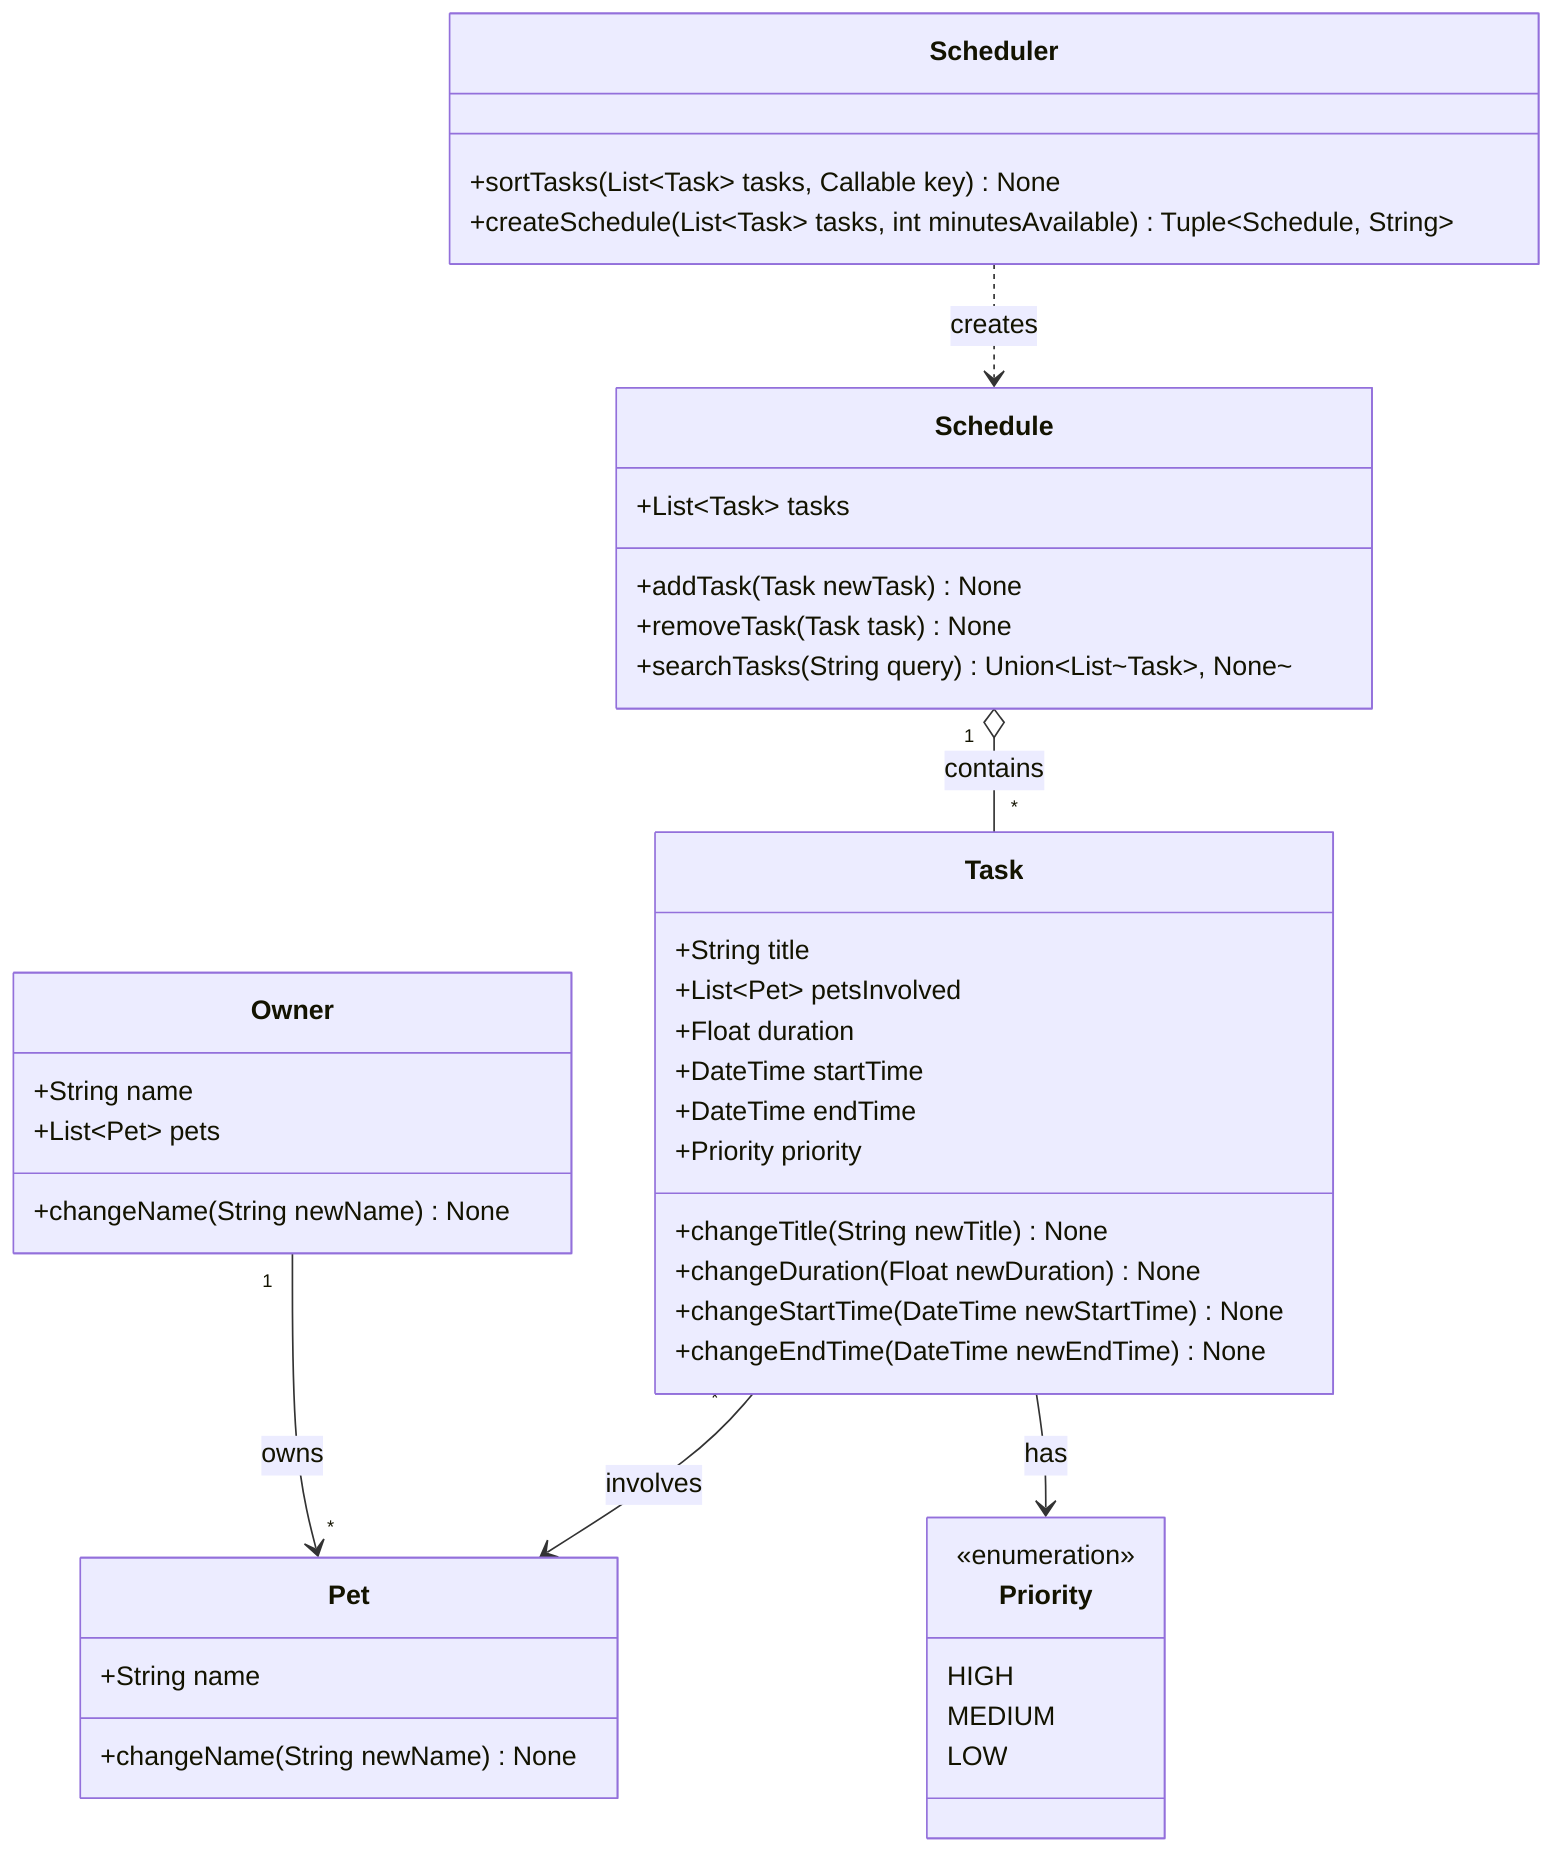
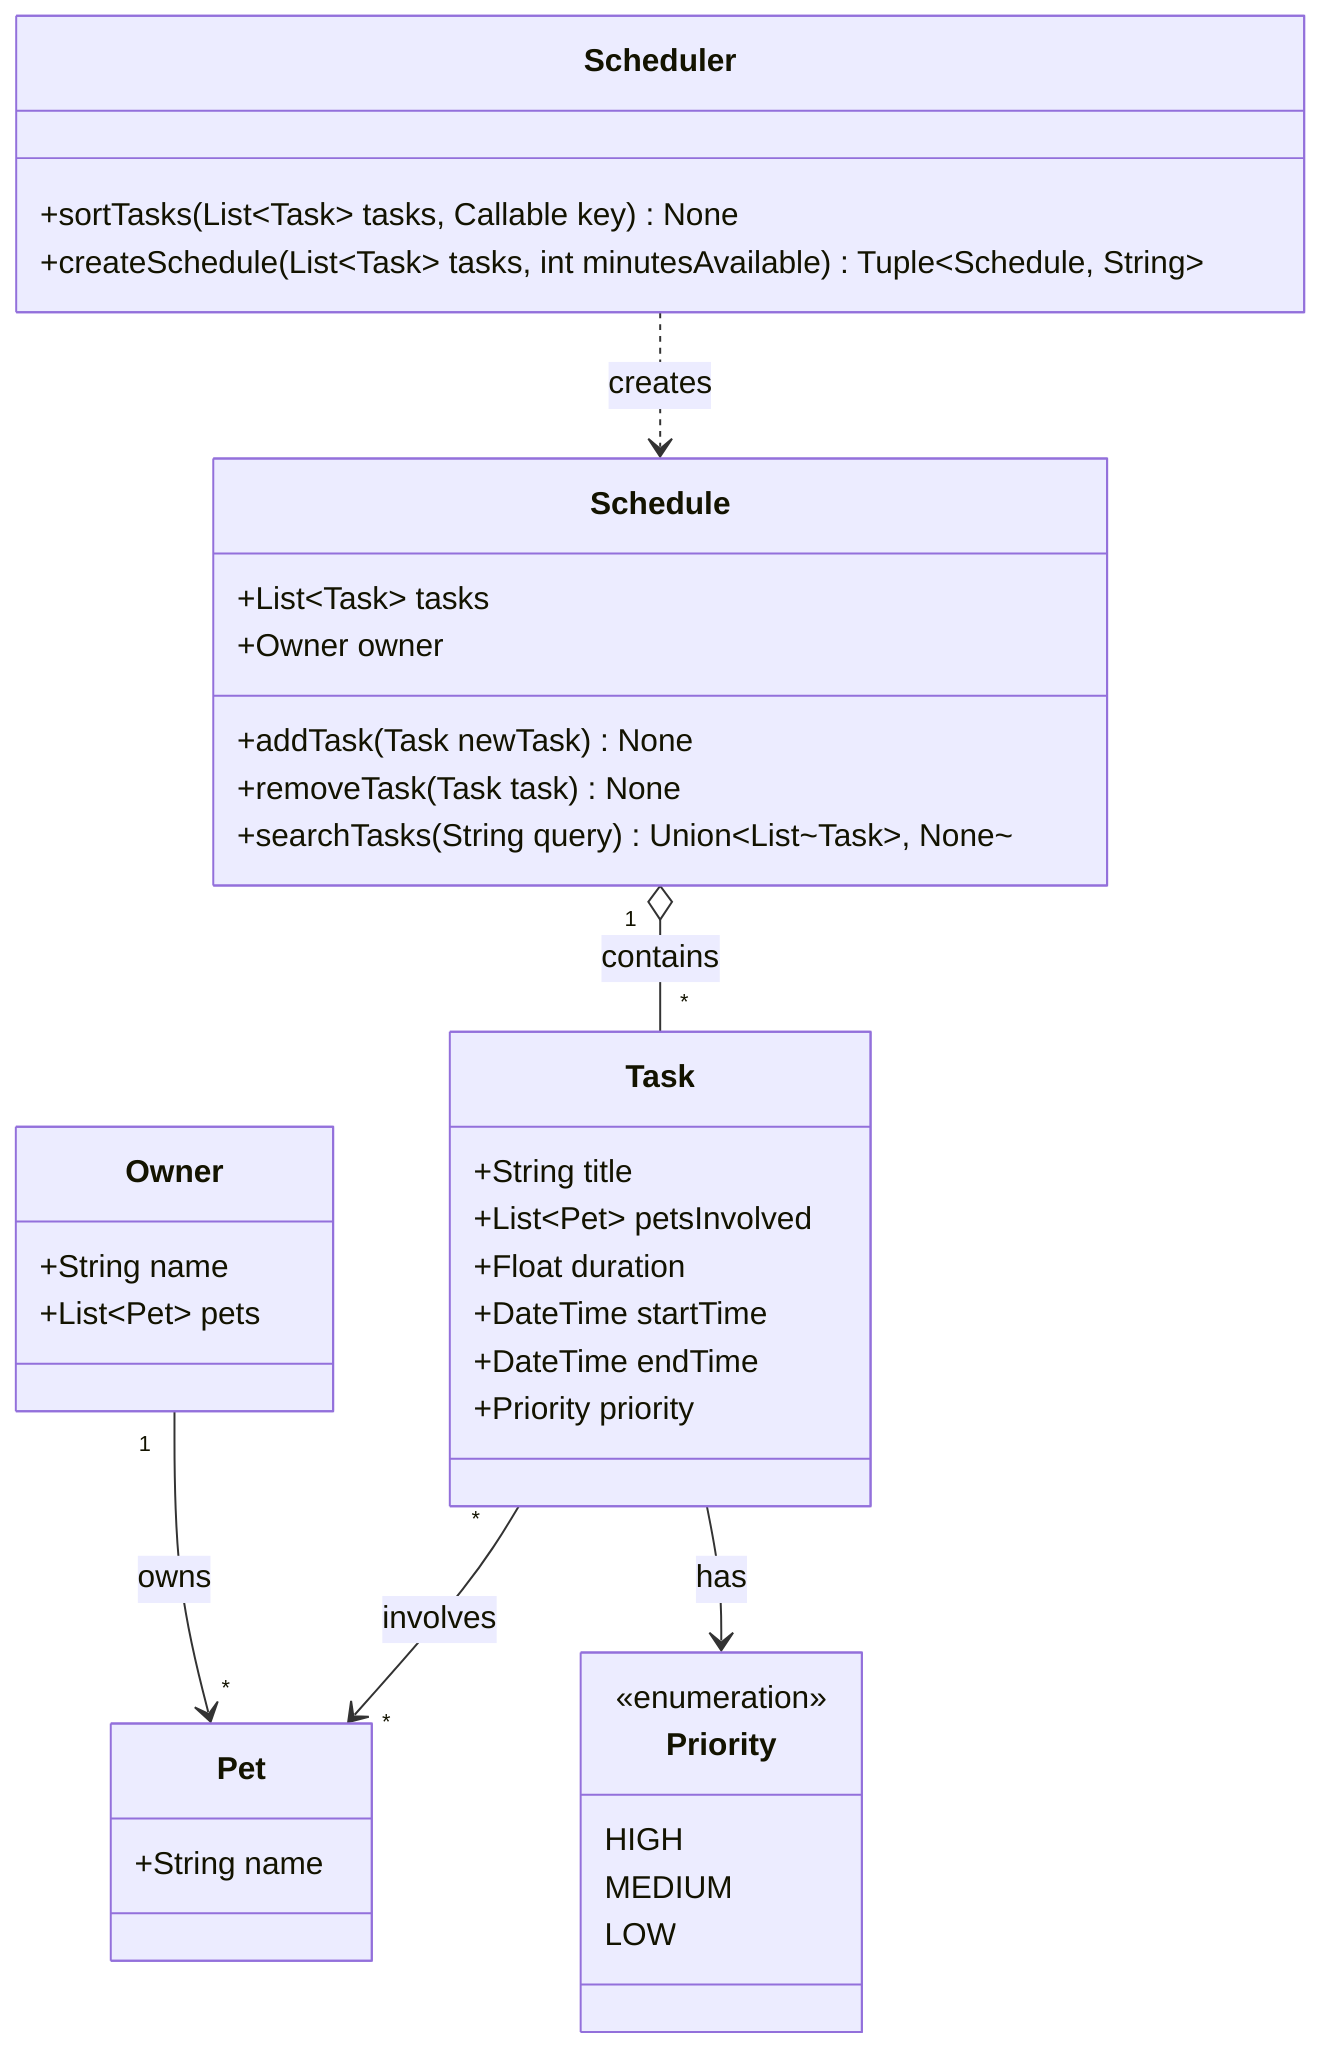
classDiagram
    %% PawPal+ class diagram — pet care task scheduling

    class Pet {
        +String name
- 
-         +changeName(String newName) None
    }

    class Owner {
        +String name
        +List~Pet~ pets
- 
-         +changeName(String newName) None
    }

    class Task {
        +String title
        +List~Pet~ petsInvolved
        +Float duration
        +DateTime startTime
        +DateTime endTime
        +Priority priority
- 
-         +changeTitle(String newTitle) None
-         +changeDuration(Float newDuration) None
-         +changeStartTime(DateTime newStartTime) None
-         +changeEndTime(DateTime newEndTime) None
    }

    class Schedule {
        +List~Task~ tasks
+         +Owner owner

        +addTask(Task newTask) None
        +removeTask(Task task) None
        +searchTasks(String query) Union~List~Task~, None~
    }

    class Scheduler {
        +sortTasks(List~Task~ tasks, Callable key) None
        +createSchedule(List~Task~ tasks, int minutesAvailable) Tuple~Schedule, String~
    }

    class Priority {
        <<enumeration>>
        HIGH
        MEDIUM
        LOW
    }

    Owner "1" --> "*" Pet : owns
    Task "*" --> "*" Pet : involves
    Task --> Priority : has
    Scheduler ..> Schedule : creates
    Schedule "1" o-- "*" Task : contains
